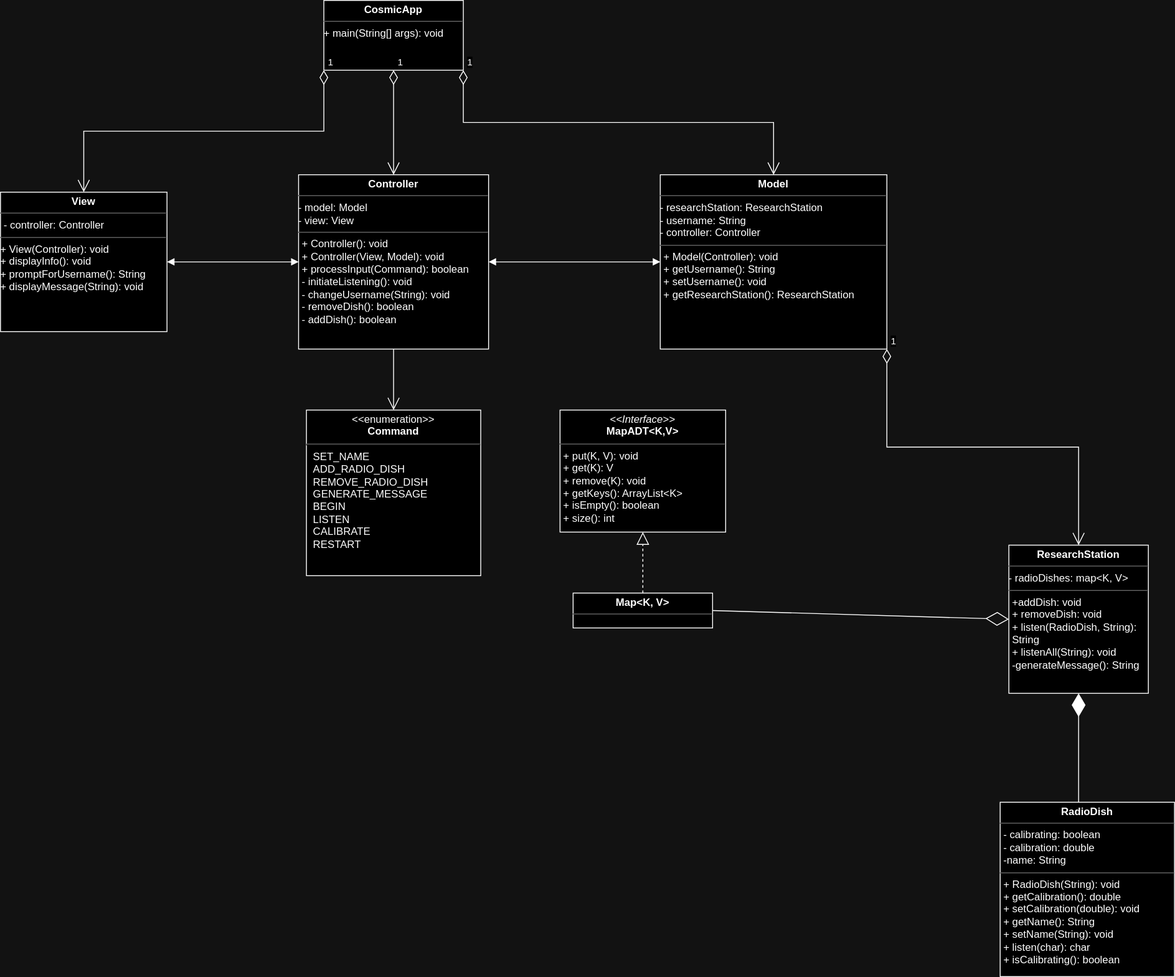
Earlier version of the draw.io export out/production/activity-7-seti-maps-faycal-k/Pre-Implementation UML.svg (faycalki/seti-research-station). Source tidied: cells renumbered, new cells last; positions are measured from the earlier drawing's top-left corner, leaving out a move shared by most shapes. Its diagram source:
```xml
<mxGraphModel>
  <root>
    <mxCell id="0" />
    <mxCell id="1" parent="0" />
    <mxCell id="2" value="&lt;p style=&quot;margin:0px;margin-top:4px;text-align:center;&quot;&gt;&lt;i&gt;&amp;lt;&amp;lt;Interface&amp;gt;&amp;gt;&lt;/i&gt;&lt;br&gt;&lt;b&gt;MapADT&amp;lt;K,V&amp;gt;&lt;/b&gt;&lt;br&gt;&lt;/p&gt;&lt;hr size=&quot;1&quot;&gt;&lt;p style=&quot;margin:0px;margin-left:4px;&quot;&gt;+ put(K, V): void&lt;br&gt;+ get(K): V&lt;/p&gt;&lt;p style=&quot;margin:0px;margin-left:4px;&quot;&gt;+ remove(K): void&lt;/p&gt;&lt;p style=&quot;margin:0px;margin-left:4px;&quot;&gt;+ getKeys(): ArrayList&amp;lt;K&amp;gt;&lt;/p&gt;&lt;p style=&quot;margin:0px;margin-left:4px;&quot;&gt;+ isEmpty(): boolean&lt;/p&gt;&lt;p style=&quot;margin:0px;margin-left:4px;&quot;&gt;+ size(): int&lt;br&gt;&lt;/p&gt;" style="verticalAlign=top;align=left;overflow=fill;fontSize=12;fontFamily=Helvetica;html=1;whiteSpace=wrap;" parent="1" vertex="1">
      <mxGeometry x="642" y="470" width="190" height="140" as="geometry" />
    </mxCell>
    <mxCell id="3" value="&lt;p style=&quot;margin:0px;margin-top:4px;text-align:center;&quot;&gt;&lt;b&gt;ResearchStation&lt;/b&gt;&lt;/p&gt;&lt;hr size=&quot;1&quot;&gt;- radioDishes: map&amp;lt;K, V&amp;gt;&lt;br&gt;&lt;hr size=&quot;1&quot;&gt;&lt;p style=&quot;margin:0px;margin-left:4px;&quot;&gt;+addDish: void&lt;/p&gt;&lt;p style=&quot;margin:0px;margin-left:4px;&quot;&gt;+ removeDish: void&lt;/p&gt;&lt;p style=&quot;margin:0px;margin-left:4px;&quot;&gt;+ listen(RadioDish, String): String&lt;br&gt;&lt;/p&gt;&lt;p style=&quot;margin:0px;margin-left:4px;&quot;&gt;+ listenAll(String): void&lt;/p&gt;&lt;p style=&quot;margin:0px;margin-left:4px;&quot;&gt;-generateMessage(): String&lt;br&gt;&lt;/p&gt;&lt;p style=&quot;margin:0px;margin-left:4px;&quot;&gt;&lt;br&gt;&lt;br&gt;&lt;/p&gt;&lt;p style=&quot;margin:0px;margin-left:4px;&quot;&gt;&lt;/p&gt;" style="verticalAlign=top;align=left;overflow=fill;fontSize=12;fontFamily=Helvetica;html=1;whiteSpace=wrap;" parent="1" vertex="1">
      <mxGeometry x="1157" y="625" width="160" height="170" as="geometry" />
    </mxCell>
    <mxCell id="4" value="&lt;p style=&quot;margin:0px;margin-top:4px;text-align:center;&quot;&gt;&lt;b&gt;RadioDish&lt;/b&gt;&lt;/p&gt;&lt;hr size=&quot;1&quot;&gt;&lt;p style=&quot;margin:0px;margin-left:4px;&quot;&gt;- calibrating: boolean&lt;/p&gt;&lt;p style=&quot;margin:0px;margin-left:4px;&quot;&gt;- calibration: double&lt;/p&gt;&lt;p style=&quot;margin:0px;margin-left:4px;&quot;&gt;-name: String&lt;br&gt;&lt;/p&gt;&lt;hr size=&quot;1&quot;&gt;&lt;p style=&quot;margin:0px;margin-left:4px;&quot;&gt;+ RadioDish(String): void&lt;/p&gt;&lt;p style=&quot;margin:0px;margin-left:4px;&quot;&gt;+ getCalibration(): double&lt;/p&gt;&lt;p style=&quot;margin:0px;margin-left:4px;&quot;&gt;+ setCalibration(double): void&lt;br&gt;&lt;/p&gt;&lt;p style=&quot;margin:0px;margin-left:4px;&quot;&gt;+ getName(): String&lt;/p&gt;&lt;p style=&quot;margin:0px;margin-left:4px;&quot;&gt;+ setName(String): void&lt;/p&gt;&lt;p style=&quot;margin:0px;margin-left:4px;&quot;&gt;+ listen(char): char&lt;/p&gt;&lt;p style=&quot;margin:0px;margin-left:4px;&quot;&gt;+ isCalibrating(): boolean&lt;br&gt;&lt;/p&gt;" style="verticalAlign=top;align=left;overflow=fill;fontSize=12;fontFamily=Helvetica;html=1;whiteSpace=wrap;" parent="1" vertex="1">
      <mxGeometry x="1147" y="920" width="200" height="200" as="geometry" />
    </mxCell>
    <mxCell id="5" value="&lt;p style=&quot;margin:0px;margin-top:4px;text-align:center;&quot;&gt;&lt;b&gt;View&lt;/b&gt;&lt;br&gt;&lt;/p&gt;&lt;hr size=&quot;1&quot;&gt;&lt;p style=&quot;margin:0px;margin-left:4px;&quot;&gt;- controller: Controller&lt;br&gt;&lt;/p&gt;&lt;hr size=&quot;1&quot;&gt;&lt;div&gt;+ View(Controller): void&lt;br&gt;&lt;/div&gt;&lt;div&gt;+ displayInfo(): void&lt;/div&gt;&lt;div&gt;+ promptForUsername(): String&lt;/div&gt;&lt;div&gt;+ displayMessage(String): void&lt;br&gt;&lt;/div&gt;" style="verticalAlign=top;align=left;overflow=fill;fontSize=12;fontFamily=Helvetica;html=1;whiteSpace=wrap;" parent="1" vertex="1">
      <mxGeometry y="220" width="191" height="160" as="geometry" />
    </mxCell>
    <mxCell id="6" value="&lt;p style=&quot;margin:0px;margin-top:4px;text-align:center;&quot;&gt;&lt;b&gt;Controller&lt;/b&gt;&lt;br&gt;&lt;/p&gt;&lt;hr size=&quot;1&quot;&gt;&lt;div&gt;- model: Model&lt;/div&gt;&lt;div&gt;- view: View&lt;br&gt;&lt;/div&gt;&lt;hr size=&quot;1&quot;&gt;&lt;p style=&quot;margin:0px;margin-left:4px;&quot;&gt;+ Controller(): void&lt;/p&gt;&lt;p style=&quot;margin:0px;margin-left:4px;&quot;&gt;+ Controller(View, Model): void&lt;/p&gt;&lt;p style=&quot;margin:0px;margin-left:4px;&quot;&gt;+ processInput(Command): boolean&lt;br&gt;&lt;/p&gt;&lt;p style=&quot;margin:0px;margin-left:4px;&quot;&gt;- initiateListening(): void&lt;/p&gt;&lt;p style=&quot;margin:0px;margin-left:4px;&quot;&gt;- changeUsername(String): void&lt;/p&gt;&lt;p style=&quot;margin:0px;margin-left:4px;&quot;&gt;- removeDish(): boolean&lt;/p&gt;&lt;p style=&quot;margin:0px;margin-left:4px;&quot;&gt;- addDish(): boolean&lt;br&gt;&lt;/p&gt;" style="verticalAlign=top;align=left;overflow=fill;fontSize=12;fontFamily=Helvetica;html=1;whiteSpace=wrap;" parent="1" vertex="1">
      <mxGeometry x="342" y="200" width="218" height="200" as="geometry" />
    </mxCell>
    <mxCell id="7" value="&lt;p style=&quot;margin:0px;margin-top:4px;text-align:center;&quot;&gt;&lt;b&gt;Model&lt;/b&gt;&lt;/p&gt;&lt;hr size=&quot;1&quot;&gt;&lt;div&gt;- researchStation: ResearchStation&lt;/div&gt;&lt;div&gt;- username: String&lt;/div&gt;&lt;div&gt;- controller: Controller&lt;br&gt;&lt;/div&gt;&lt;hr size=&quot;1&quot;&gt;&lt;p style=&quot;margin:0px;margin-left:4px;&quot;&gt;+ Model(Controller): void&lt;br&gt;&lt;/p&gt;&lt;p style=&quot;margin:0px;margin-left:4px;&quot;&gt;+ getUsername(): String&lt;/p&gt;&lt;p style=&quot;margin:0px;margin-left:4px;&quot;&gt;+ setUsername(): void&lt;/p&gt;&lt;p style=&quot;margin:0px;margin-left:4px;&quot;&gt;+ getResearchStation(): ResearchStation&lt;br&gt;&lt;/p&gt;" style="verticalAlign=top;align=left;overflow=fill;fontSize=12;fontFamily=Helvetica;html=1;whiteSpace=wrap;" parent="1" vertex="1">
      <mxGeometry x="757" y="200" width="260" height="200" as="geometry" />
    </mxCell>
    <mxCell id="8" value="&lt;p style=&quot;margin:0px;margin-top:4px;text-align:center;&quot;&gt;&lt;b&gt;Map&amp;lt;K, V&amp;gt;&lt;br&gt;&lt;/b&gt;&lt;/p&gt;&lt;hr size=&quot;1&quot;&gt;&lt;p style=&quot;margin:0px;margin-left:4px;&quot;&gt;&lt;br&gt;&lt;/p&gt;" style="verticalAlign=top;align=left;overflow=fill;fontSize=12;fontFamily=Helvetica;html=1;whiteSpace=wrap;" parent="1" vertex="1">
      <mxGeometry x="657" y="680" width="160" height="40" as="geometry" />
    </mxCell>
    <mxCell id="9" value="&lt;p style=&quot;margin:0px;margin-top:4px;text-align:center;&quot;&gt;&lt;b&gt;CosmicApp&lt;/b&gt;&lt;br&gt;&lt;/p&gt;&lt;hr size=&quot;1&quot;&gt;+ main(String[] args): void" style="verticalAlign=top;align=left;overflow=fill;fontSize=12;fontFamily=Helvetica;html=1;whiteSpace=wrap;" parent="1" vertex="1">
      <mxGeometry x="371" width="160" height="80" as="geometry" />
    </mxCell>
    <mxCell id="10" style="endArrow=block;dashed=1;endFill=0;endSize=12;html=1;rounded=0;exitX=0.5;exitY=0;exitDx=0;exitDy=0;entryX=0.5;entryY=1;entryDx=0;entryDy=0;" parent="1" edge="1" source="8" target="2">
      <mxGeometry relative="1" as="geometry" />
    </mxCell>
    <mxCell id="11" style="endArrow=diamondThin;endFill=1;endSize=24;html=1;rounded=0;entryX=0.5;entryY=1;entryDx=0;entryDy=0;exitX=0.45;exitY=0;exitDx=0;exitDy=0;exitPerimeter=0;" parent="1" edge="1" source="4" target="3">
      <mxGeometry relative="1" as="geometry" />
    </mxCell>
    <mxCell id="12" value="&lt;p style=&quot;margin:0px;margin-top:4px;text-align:center;&quot;&gt;&amp;lt;&amp;lt;enumeration&amp;gt;&amp;gt;&lt;br&gt;&lt;b&gt;Command&lt;/b&gt;&lt;br&gt;&lt;/p&gt;&lt;hr&gt;&lt;p style=&quot;margin:0px;margin-left:8px;text-align:left;&quot;&gt;SET_NAME&lt;/p&gt;&lt;p style=&quot;margin:0px;margin-left:8px;text-align:left;&quot;&gt;ADD_RADIO_DISH&lt;/p&gt;&lt;p style=&quot;margin:0px;margin-left:8px;text-align:left;&quot;&gt;REMOVE_RADIO_DISH&lt;/p&gt;&lt;p style=&quot;margin:0px;margin-left:8px;text-align:left;&quot;&gt;GENERATE_MESSAGE&lt;/p&gt;&lt;p style=&quot;margin:0px;margin-left:8px;text-align:left;&quot;&gt;BEGIN&lt;br&gt;&lt;/p&gt;&lt;p style=&quot;margin:0px;margin-left:8px;text-align:left;&quot;&gt;LISTEN&lt;br&gt;&lt;/p&gt;&lt;p style=&quot;margin:0px;margin-left:8px;text-align:left;&quot;&gt;CALIBRATE&lt;/p&gt;&lt;p style=&quot;margin:0px;margin-left:8px;text-align:left;&quot;&gt;RESTART&lt;/p&gt;&lt;p style=&quot;margin:0px;margin-left:8px;text-align:left;&quot;&gt;&lt;br&gt;&lt;/p&gt;" style="shape=rect;html=1;overflow=fill;whiteSpace=wrap;" parent="1" vertex="1">
      <mxGeometry x="351" y="470" width="200" height="190" as="geometry" />
    </mxCell>
    <mxCell id="13" style="endArrow=open;endFill=1;endSize=12;html=1;rounded=0;entryX=0.5;entryY=0;entryDx=0;entryDy=0;exitX=0.5;exitY=1;exitDx=0;exitDy=0;" parent="1" edge="1" source="6" target="12">
      <mxGeometry relative="1" as="geometry" />
    </mxCell>
    <mxCell id="14" value="1" style="endArrow=open;html=1;endSize=12;startArrow=diamondThin;startSize=14;startFill=0;edgeStyle=orthogonalEdgeStyle;align=left;verticalAlign=bottom;rounded=0;exitX=0;exitY=1;exitDx=0;exitDy=0;entryX=0.5;entryY=0;entryDx=0;entryDy=0;" parent="1" edge="1" source="9" target="5">
      <mxGeometry x="-1" y="3" relative="1" as="geometry" />
    </mxCell>
    <mxCell id="15" value="1" style="endArrow=open;html=1;endSize=12;startArrow=diamondThin;startSize=14;startFill=0;edgeStyle=orthogonalEdgeStyle;align=left;verticalAlign=bottom;rounded=0;exitX=0.5;exitY=1;exitDx=0;exitDy=0;entryX=0.5;entryY=0;entryDx=0;entryDy=0;" parent="1" edge="1" source="9" target="6">
      <mxGeometry x="-1" y="3" relative="1" as="geometry" />
    </mxCell>
    <mxCell id="16" value="1" style="endArrow=open;html=1;endSize=12;startArrow=diamondThin;startSize=14;startFill=0;edgeStyle=orthogonalEdgeStyle;align=left;verticalAlign=bottom;rounded=0;entryX=0.5;entryY=0;entryDx=0;entryDy=0;exitX=1;exitY=1;exitDx=0;exitDy=0;" parent="1" edge="1" source="9" target="7">
      <mxGeometry x="-1" y="3" relative="1" as="geometry" />
    </mxCell>
    <mxCell id="17" style="endArrow=block;startArrow=block;endFill=1;startFill=1;html=1;rounded=0;entryX=0;entryY=0.5;entryDx=0;entryDy=0;exitX=1;exitY=0.5;exitDx=0;exitDy=0;" parent="1" edge="1" source="6" target="7">
      <mxGeometry relative="1" as="geometry" />
    </mxCell>
    <mxCell id="18" style="endArrow=block;startArrow=block;endFill=1;startFill=1;html=1;rounded=0;exitX=1;exitY=0.5;exitDx=0;exitDy=0;entryX=0;entryY=0.5;entryDx=0;entryDy=0;" parent="1" edge="1" source="5" target="6">
      <mxGeometry relative="1" as="geometry" />
    </mxCell>
    <mxCell id="19" style="endArrow=diamondThin;endFill=0;endSize=24;html=1;rounded=0;entryX=0;entryY=0.5;entryDx=0;entryDy=0;exitX=1;exitY=0.5;exitDx=0;exitDy=0;" parent="1" edge="1" source="8" target="3">
      <mxGeometry relative="1" as="geometry" />
    </mxCell>
    <mxCell id="20" value="1" style="endArrow=open;html=1;endSize=12;startArrow=diamondThin;startSize=14;startFill=0;edgeStyle=orthogonalEdgeStyle;align=left;verticalAlign=bottom;rounded=0;exitX=1;exitY=1;exitDx=0;exitDy=0;entryX=0.5;entryY=0;entryDx=0;entryDy=0;" parent="1" edge="1" source="7" target="3">
      <mxGeometry x="-1" y="3" relative="1" as="geometry" />
    </mxCell>
  </root>
</mxGraphModel>
```
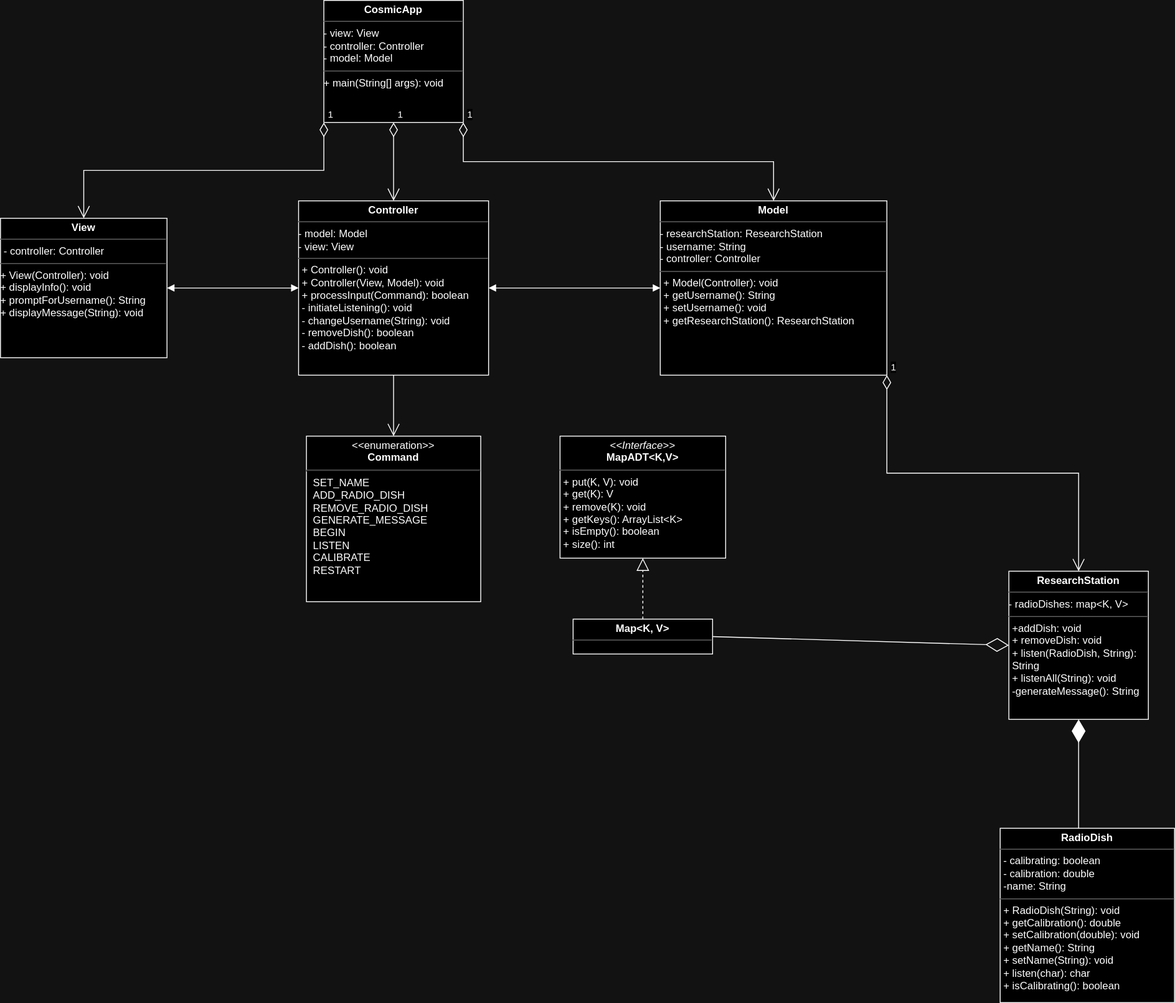
Above is the later version.

The edit, as a diff of the source:
```diff
@@ -23,8 +23,8 @@
     <mxCell id="8" value="&lt;p style=&quot;margin:0px;margin-top:4px;text-align:center;&quot;&gt;&lt;b&gt;Map&amp;lt;K, V&amp;gt;&lt;br&gt;&lt;/b&gt;&lt;/p&gt;&lt;hr size=&quot;1&quot;&gt;&lt;p style=&quot;margin:0px;margin-left:4px;&quot;&gt;&lt;br&gt;&lt;/p&gt;" style="verticalAlign=top;align=left;overflow=fill;fontSize=12;fontFamily=Helvetica;html=1;whiteSpace=wrap;" parent="1" vertex="1">
       <mxGeometry x="657" y="680" width="160" height="40" as="geometry" />
     </mxCell>
-    <mxCell id="9" value="&lt;p style=&quot;margin:0px;margin-top:4px;text-align:center;&quot;&gt;&lt;b&gt;CosmicApp&lt;/b&gt;&lt;br&gt;&lt;/p&gt;&lt;hr size=&quot;1&quot;&gt;+ main(String[] args): void" style="verticalAlign=top;align=left;overflow=fill;fontSize=12;fontFamily=Helvetica;html=1;whiteSpace=wrap;" parent="1" vertex="1">
-      <mxGeometry x="371" width="160" height="80" as="geometry" />
+    <mxCell id="9" value="&lt;p style=&quot;margin:0px;margin-top:4px;text-align:center;&quot;&gt;&lt;b&gt;CosmicApp&lt;/b&gt;&lt;br&gt;&lt;/p&gt;&lt;hr size=&quot;1&quot;&gt;&lt;div&gt;- view: View&lt;br&gt;&lt;/div&gt;&lt;div&gt;- controller: Controller&lt;/div&gt;&lt;div&gt;- model: Model&lt;br&gt;&lt;hr size=&quot;1&quot;&gt;&lt;div&gt;+ main(String[] args): void&lt;/div&gt;&lt;/div&gt;" style="verticalAlign=top;align=left;overflow=fill;fontSize=12;fontFamily=Helvetica;html=1;whiteSpace=wrap;" parent="1" vertex="1">
+      <mxGeometry x="371" y="-30" width="160" height="140" as="geometry" />
     </mxCell>
     <mxCell id="10" style="endArrow=block;dashed=1;endFill=0;endSize=12;html=1;rounded=0;exitX=0.5;exitY=0;exitDx=0;exitDy=0;entryX=0.5;entryY=1;entryDx=0;entryDy=0;" parent="1" edge="1" source="8" target="2">
       <mxGeometry relative="1" as="geometry" />
```
